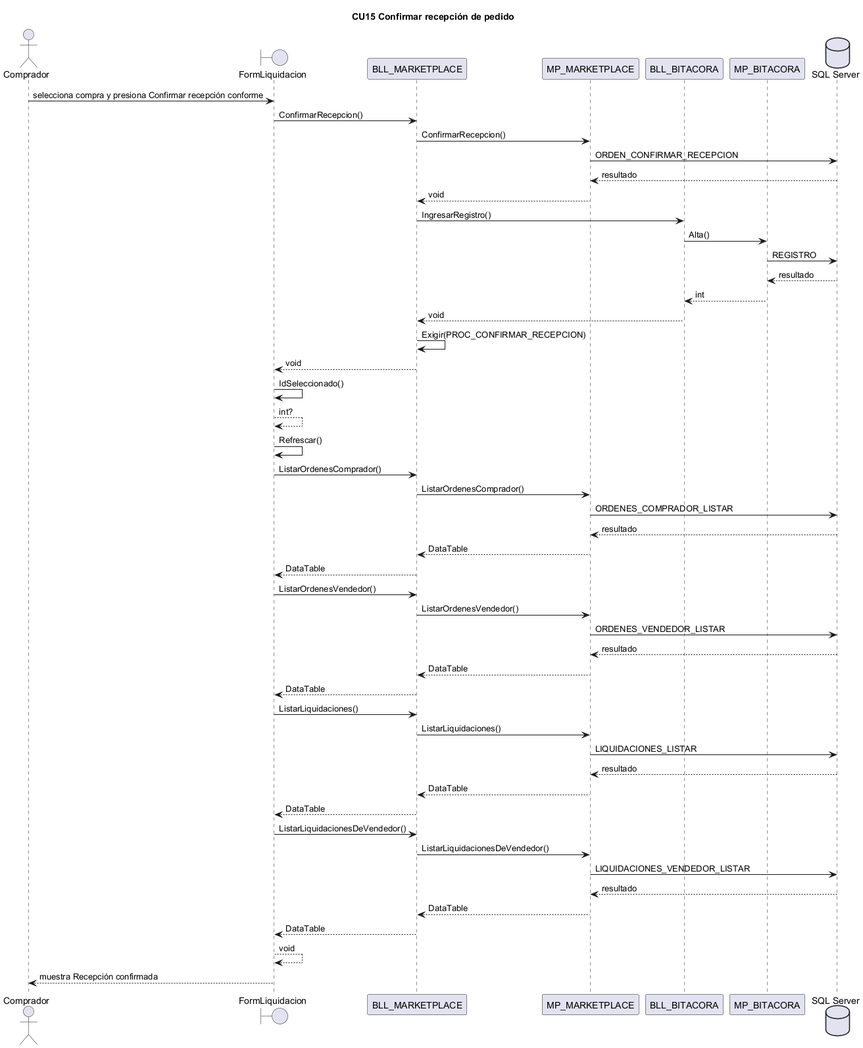
Above: docs/diagramas/secuencias_png/CU15.png in L-Muniz/uai-diploma_2026 (PlantUML), before the change.
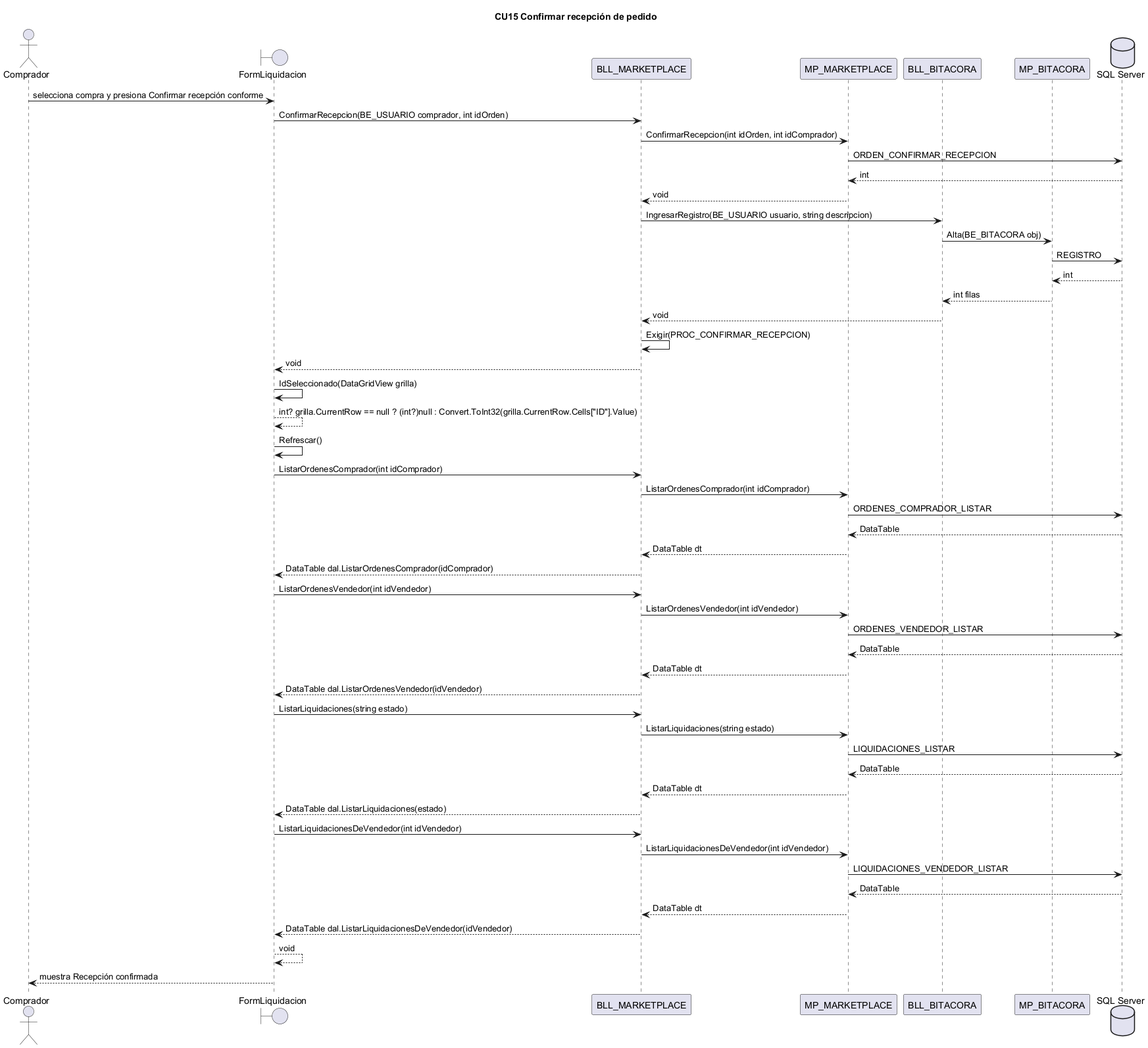
Above is the later version.

What changed in the source:
```diff
@@ -8,46 +8,46 @@
 participant MP_BITACORA
 database "SQL Server" as BD
 ACT -> FormLiquidacion : selecciona compra y presiona Confirmar recepción conforme
-FormLiquidacion -> BLL_MARKETPLACE : ConfirmarRecepcion()
-BLL_MARKETPLACE -> MP_MARKETPLACE : ConfirmarRecepcion()
+FormLiquidacion -> BLL_MARKETPLACE : ConfirmarRecepcion(BE_USUARIO comprador, int idOrden)
+BLL_MARKETPLACE -> MP_MARKETPLACE : ConfirmarRecepcion(int idOrden, int idComprador)
 MP_MARKETPLACE -> BD : ORDEN_CONFIRMAR_RECEPCION
-BD --> MP_MARKETPLACE : resultado
+BD --> MP_MARKETPLACE : int
 MP_MARKETPLACE --> BLL_MARKETPLACE : void
-BLL_MARKETPLACE -> BLL_BITACORA : IngresarRegistro()
-BLL_BITACORA -> MP_BITACORA : Alta()
+BLL_MARKETPLACE -> BLL_BITACORA : IngresarRegistro(BE_USUARIO usuario, string descripcion)
+BLL_BITACORA -> MP_BITACORA : Alta(BE_BITACORA obj)
 MP_BITACORA -> BD : REGISTRO
-BD --> MP_BITACORA : resultado
-MP_BITACORA --> BLL_BITACORA : int
+BD --> MP_BITACORA : int
+MP_BITACORA --> BLL_BITACORA : int filas
 BLL_BITACORA --> BLL_MARKETPLACE : void
 BLL_MARKETPLACE -> BLL_MARKETPLACE : Exigir(PROC_CONFIRMAR_RECEPCION)
 BLL_MARKETPLACE --> FormLiquidacion : void
-FormLiquidacion -> FormLiquidacion : IdSeleccionado()
-FormLiquidacion --> FormLiquidacion : int?
+FormLiquidacion -> FormLiquidacion : IdSeleccionado(DataGridView grilla)
+FormLiquidacion --> FormLiquidacion : int? grilla.CurrentRow == null ? (int?)null : Convert.ToInt32(grilla.CurrentRow.Cells["ID"].Value)
 FormLiquidacion -> FormLiquidacion : Refrescar()
-FormLiquidacion -> BLL_MARKETPLACE : ListarOrdenesComprador()
-BLL_MARKETPLACE -> MP_MARKETPLACE : ListarOrdenesComprador()
+FormLiquidacion -> BLL_MARKETPLACE : ListarOrdenesComprador(int idComprador)
+BLL_MARKETPLACE -> MP_MARKETPLACE : ListarOrdenesComprador(int idComprador)
 MP_MARKETPLACE -> BD : ORDENES_COMPRADOR_LISTAR
-BD --> MP_MARKETPLACE : resultado
-MP_MARKETPLACE --> BLL_MARKETPLACE : DataTable
-BLL_MARKETPLACE --> FormLiquidacion : DataTable
-FormLiquidacion -> BLL_MARKETPLACE : ListarOrdenesVendedor()
-BLL_MARKETPLACE -> MP_MARKETPLACE : ListarOrdenesVendedor()
+BD --> MP_MARKETPLACE : DataTable
+MP_MARKETPLACE --> BLL_MARKETPLACE : DataTable dt
+BLL_MARKETPLACE --> FormLiquidacion : DataTable dal.ListarOrdenesComprador(idComprador)
+FormLiquidacion -> BLL_MARKETPLACE : ListarOrdenesVendedor(int idVendedor)
+BLL_MARKETPLACE -> MP_MARKETPLACE : ListarOrdenesVendedor(int idVendedor)
 MP_MARKETPLACE -> BD : ORDENES_VENDEDOR_LISTAR
-BD --> MP_MARKETPLACE : resultado
-MP_MARKETPLACE --> BLL_MARKETPLACE : DataTable
-BLL_MARKETPLACE --> FormLiquidacion : DataTable
-FormLiquidacion -> BLL_MARKETPLACE : ListarLiquidaciones()
-BLL_MARKETPLACE -> MP_MARKETPLACE : ListarLiquidaciones()
+BD --> MP_MARKETPLACE : DataTable
+MP_MARKETPLACE --> BLL_MARKETPLACE : DataTable dt
+BLL_MARKETPLACE --> FormLiquidacion : DataTable dal.ListarOrdenesVendedor(idVendedor)
+FormLiquidacion -> BLL_MARKETPLACE : ListarLiquidaciones(string estado)
+BLL_MARKETPLACE -> MP_MARKETPLACE : ListarLiquidaciones(string estado)
 MP_MARKETPLACE -> BD : LIQUIDACIONES_LISTAR
-BD --> MP_MARKETPLACE : resultado
-MP_MARKETPLACE --> BLL_MARKETPLACE : DataTable
-BLL_MARKETPLACE --> FormLiquidacion : DataTable
-FormLiquidacion -> BLL_MARKETPLACE : ListarLiquidacionesDeVendedor()
-BLL_MARKETPLACE -> MP_MARKETPLACE : ListarLiquidacionesDeVendedor()
+BD --> MP_MARKETPLACE : DataTable
+MP_MARKETPLACE --> BLL_MARKETPLACE : DataTable dt
+BLL_MARKETPLACE --> FormLiquidacion : DataTable dal.ListarLiquidaciones(estado)
+FormLiquidacion -> BLL_MARKETPLACE : ListarLiquidacionesDeVendedor(int idVendedor)
+BLL_MARKETPLACE -> MP_MARKETPLACE : ListarLiquidacionesDeVendedor(int idVendedor)
 MP_MARKETPLACE -> BD : LIQUIDACIONES_VENDEDOR_LISTAR
-BD --> MP_MARKETPLACE : resultado
-MP_MARKETPLACE --> BLL_MARKETPLACE : DataTable
-BLL_MARKETPLACE --> FormLiquidacion : DataTable
+BD --> MP_MARKETPLACE : DataTable
+MP_MARKETPLACE --> BLL_MARKETPLACE : DataTable dt
+BLL_MARKETPLACE --> FormLiquidacion : DataTable dal.ListarLiquidacionesDeVendedor(idVendedor)
 FormLiquidacion --> FormLiquidacion : void
 FormLiquidacion --> ACT : muestra Recepción confirmada
 @enduml
```
